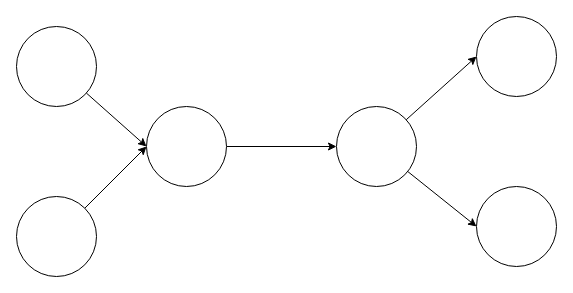
The draw.io diagram test.drawio in wangbin2188/draw, before the edit. Source tidied: cells renumbered, new cells numbered last; positions are measured from the earlier drawing's top-left corner, leaving out a move shared by most shapes. Both pictures are drawn from the tidied source at 100%, with x=0, y=0 at pixel (16, 16).
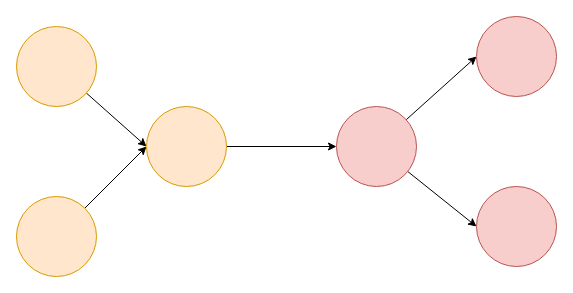
After the change.

What changed in the source:
```diff
@@
 <mxGraphModel>
   <root>
     <mxCell id="0" />
     <mxCell id="1" parent="0" />
     <mxCell id="2" style="rounded=0;jettySize=auto;html=1;entryX=0;entryY=0.5;entryDx=0;entryDy=0;" parent="1" edge="1" source="3" target="7">
       <mxGeometry relative="1" as="geometry" />
     </mxCell>
-    <mxCell id="3" style="ellipse;whiteSpace=wrap;html=1;" parent="1" vertex="1">
+    <mxCell id="3" style="ellipse;whiteSpace=wrap;html=1;fillColor=#ffe6cc;strokeColor=#d79b00;" parent="1" vertex="1">
       <mxGeometry y="10" width="80" height="80" as="geometry" />
     </mxCell>
     <mxCell id="4" style="rounded=0;jettySize=auto;html=1;entryX=0;entryY=0.5;entryDx=0;entryDy=0;" parent="1" edge="1" source="5" target="7">
       <mxGeometry relative="1" as="geometry" />
     </mxCell>
-    <mxCell id="5" style="ellipse;whiteSpace=wrap;html=1;" parent="1" vertex="1">
+    <mxCell id="5" style="ellipse;whiteSpace=wrap;html=1;fillColor=#ffe6cc;strokeColor=#d79b00;" parent="1" vertex="1">
       <mxGeometry y="180" width="80" height="80" as="geometry" />
     </mxCell>
     <mxCell id="6" style="edgeStyle=orthogonalEdgeStyle;rounded=0;jettySize=auto;html=1;entryX=0;entryY=0.5;entryDx=0;entryDy=0;" parent="1" edge="1" source="7" target="10">
       <mxGeometry relative="1" as="geometry" />
     </mxCell>
-    <mxCell id="7" style="ellipse;whiteSpace=wrap;html=1;" parent="1" vertex="1">
+    <mxCell id="7" style="ellipse;whiteSpace=wrap;html=1;fillColor=#ffe6cc;strokeColor=#d79b00;" parent="1" vertex="1">
       <mxGeometry x="130" y="90" width="80" height="80" as="geometry" />
     </mxCell>
     <mxCell id="8" style="edgeStyle=none;rounded=0;jettySize=auto;html=1;entryX=0;entryY=0.5;entryDx=0;entryDy=0;" parent="1" edge="1" source="10" target="11">
       <mxGeometry relative="1" as="geometry" />
     </mxCell>
     <mxCell id="9" style="edgeStyle=none;rounded=0;jettySize=auto;html=1;entryX=0;entryY=0.5;entryDx=0;entryDy=0;" parent="1" edge="1" source="10" target="12">
       <mxGeometry relative="1" as="geometry" />
     </mxCell>
-    <mxCell id="10" style="ellipse;whiteSpace=wrap;html=1;" parent="1" vertex="1">
+    <mxCell id="10" style="ellipse;whiteSpace=wrap;html=1;fillColor=#f8cecc;strokeColor=#b85450;" parent="1" vertex="1">
       <mxGeometry x="320" y="90" width="80" height="80" as="geometry" />
     </mxCell>
-    <mxCell id="11" style="ellipse;whiteSpace=wrap;html=1;" parent="1" vertex="1">
+    <mxCell id="11" style="ellipse;whiteSpace=wrap;html=1;fillColor=#f8cecc;strokeColor=#b85450;" parent="1" vertex="1">
       <mxGeometry x="460" width="80" height="80" as="geometry" />
     </mxCell>
-    <mxCell id="12" style="ellipse;whiteSpace=wrap;html=1;" parent="1" vertex="1">
+    <mxCell id="12" style="ellipse;whiteSpace=wrap;html=1;fillColor=#f8cecc;strokeColor=#b85450;" parent="1" vertex="1">
       <mxGeometry x="460" y="170" width="80" height="80" as="geometry" />
     </mxCell>
   </root>
 </mxGraphModel>
```
